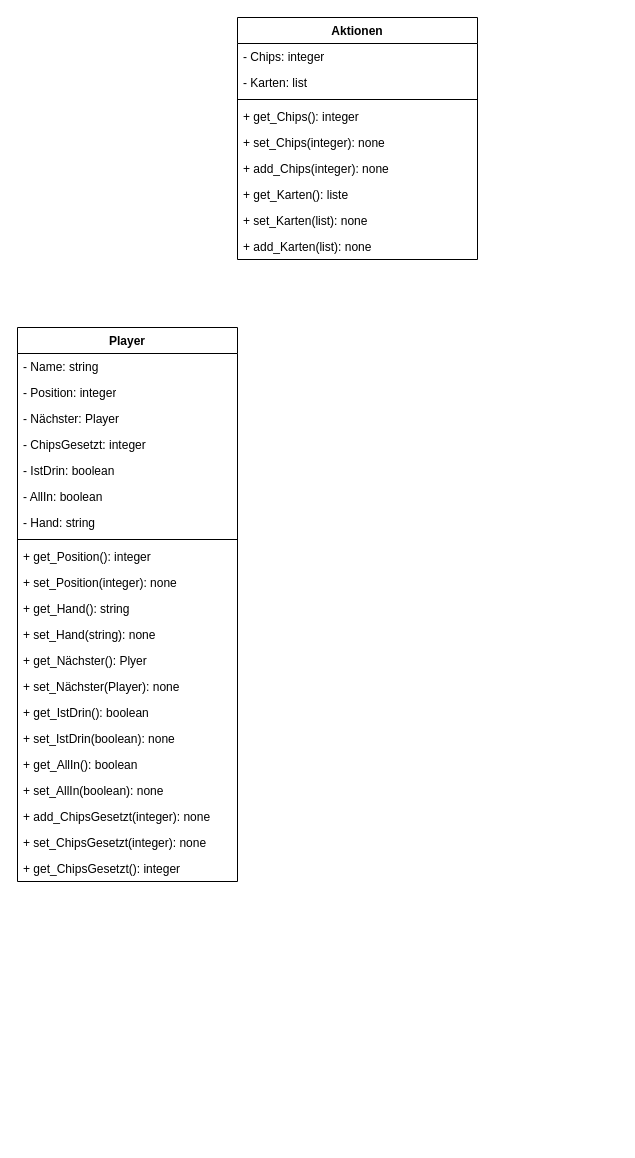
Earlier version of the draw.io diagram Klassendiagramm.drawio (GaLiGrue/GaLiGrue-Poker). Source tidied: cells renumbered, new cells numbered last; positions are measured from the earlier drawing's top-left corner, leaving out a move shared by most shapes. Both pictures are drawn from the tidied source at 100%, with x=0, y=0 at pixel (17, 17).
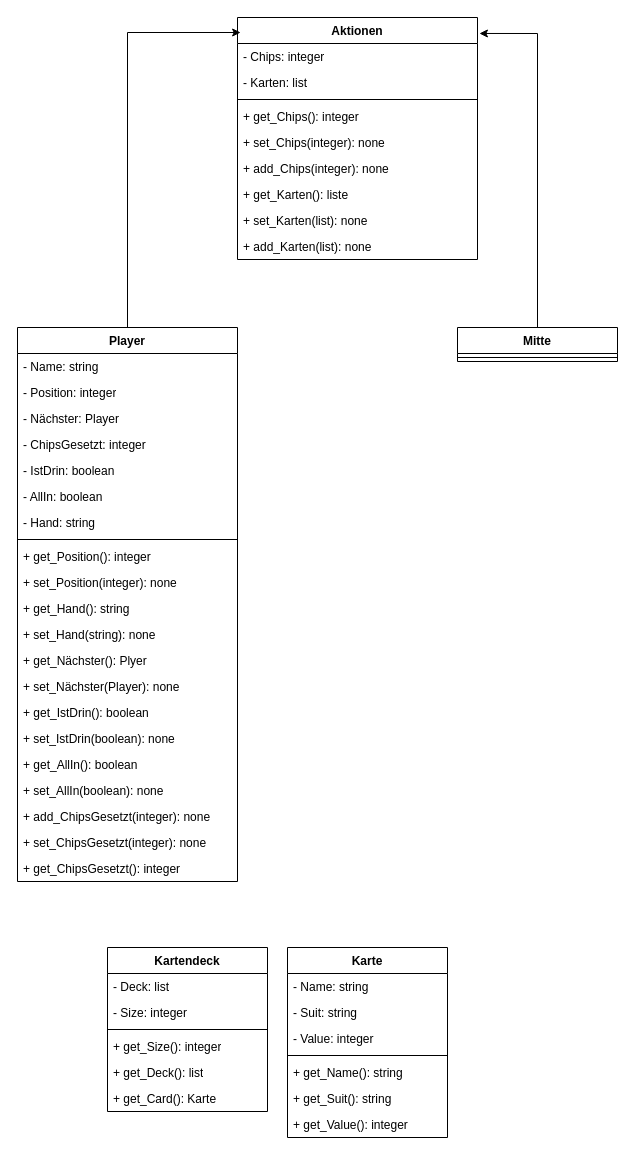
After the change.

Unchanged cells that the change refers to:
```xml
<mxCell id="2" value="Aktionen" style="swimlane;fontStyle=1;align=center;verticalAlign=top;horizontal=1;startSize=26;whiteSpace=wrap;html=1;" parent="1" vertex="1">
  <mxGeometry x="220" width="240" height="242" as="geometry" />
</mxCell>
<mxCell id="12" value="Player" style="swimlane;fontStyle=1;align=center;verticalAlign=top;horizontal=1;startSize=26;whiteSpace=wrap;html=1;" parent="1" vertex="1">
  <mxGeometry y="310" width="220" height="554" as="geometry" />
</mxCell>
```

The edit, as a diff of the source:
```diff
@@
+    <mxCell id="34" value="Mitte" style="swimlane;fontStyle=1;align=center;verticalAlign=top;horizontal=1;startSize=26;whiteSpace=wrap;html=1;" parent="1" vertex="1">
+      <mxGeometry x="440" y="310" width="160" height="34" as="geometry" />
+    </mxCell>
+    <mxCell id="35" style="line;strokeWidth=1;fillColor=none;align=left;verticalAlign=middle;spacingTop=-1;spacingLeft=3;spacingRight=3;labelPosition=right;strokeColor=inherit;" parent="34" vertex="1">
+      <mxGeometry y="26" width="160" height="8" as="geometry" />
+    </mxCell>
+    <mxCell id="36" value="Karte" style="swimlane;fontStyle=1;align=center;verticalAlign=top;horizontal=1;startSize=26;whiteSpace=wrap;html=1;" parent="1" vertex="1">
+      <mxGeometry x="270" y="930" width="160" height="190" as="geometry" />
+    </mxCell>
+    <mxCell id="37" value="- Name: string" style="text;strokeColor=none;fillColor=none;align=left;verticalAlign=top;spacingLeft=4;spacingRight=4;overflow=hidden;whiteSpace=wrap;html=1;" parent="36" vertex="1">
+      <mxGeometry y="26" width="160" height="26" as="geometry" />
+    </mxCell>
+    <mxCell id="38" value="- Suit: string" style="text;strokeColor=none;fillColor=none;align=left;verticalAlign=top;spacingLeft=4;spacingRight=4;overflow=hidden;whiteSpace=wrap;html=1;" parent="36" vertex="1">
+      <mxGeometry y="52" width="160" height="26" as="geometry" />
+    </mxCell>
+    <mxCell id="39" value="- Value: integer" style="text;strokeColor=none;fillColor=none;align=left;verticalAlign=top;spacingLeft=4;spacingRight=4;overflow=hidden;whiteSpace=wrap;html=1;" parent="36" vertex="1">
+      <mxGeometry y="78" width="160" height="26" as="geometry" />
+    </mxCell>
+    <mxCell id="40" style="line;strokeWidth=1;fillColor=none;align=left;verticalAlign=middle;spacingTop=-1;spacingLeft=3;spacingRight=3;labelPosition=right;strokeColor=inherit;" parent="36" vertex="1">
+      <mxGeometry y="104" width="160" height="8" as="geometry" />
+    </mxCell>
+    <mxCell id="41" value="+ get_Name(): string" style="text;strokeColor=none;fillColor=none;align=left;verticalAlign=top;spacingLeft=4;spacingRight=4;overflow=hidden;whiteSpace=wrap;html=1;" parent="36" vertex="1">
+      <mxGeometry y="112" width="160" height="26" as="geometry" />
+    </mxCell>
+    <mxCell id="42" value="+ get_Suit(): string" style="text;strokeColor=none;fillColor=none;align=left;verticalAlign=top;spacingLeft=4;spacingRight=4;overflow=hidden;whiteSpace=wrap;html=1;" parent="36" vertex="1">
+      <mxGeometry y="138" width="160" height="26" as="geometry" />
+    </mxCell>
+    <mxCell id="43" value="+ get_Value(): integer" style="text;strokeColor=none;fillColor=none;align=left;verticalAlign=top;spacingLeft=4;spacingRight=4;overflow=hidden;whiteSpace=wrap;html=1;" parent="36" vertex="1">
+      <mxGeometry y="164" width="160" height="26" as="geometry" />
+    </mxCell>
+    <mxCell id="44" value="Kartendeck" style="swimlane;fontStyle=1;align=center;verticalAlign=top;horizontal=1;startSize=26;whiteSpace=wrap;html=1;" parent="1" vertex="1">
+      <mxGeometry x="90" y="930" width="160" height="164" as="geometry" />
+    </mxCell>
+    <mxCell id="45" value="- Deck: list" style="text;strokeColor=none;fillColor=none;align=left;verticalAlign=top;spacingLeft=4;spacingRight=4;overflow=hidden;whiteSpace=wrap;html=1;" parent="44" vertex="1">
+      <mxGeometry y="26" width="160" height="26" as="geometry" />
+    </mxCell>
+    <mxCell id="46" value="- Size: integer" style="text;strokeColor=none;fillColor=none;align=left;verticalAlign=top;spacingLeft=4;spacingRight=4;overflow=hidden;whiteSpace=wrap;html=1;" parent="44" vertex="1">
+      <mxGeometry y="52" width="160" height="26" as="geometry" />
+    </mxCell>
+    <mxCell id="47" style="line;strokeWidth=1;fillColor=none;align=left;verticalAlign=middle;spacingTop=-1;spacingLeft=3;spacingRight=3;labelPosition=right;strokeColor=inherit;" parent="44" vertex="1">
+      <mxGeometry y="78" width="160" height="8" as="geometry" />
+    </mxCell>
+    <mxCell id="48" value="+ get_Size(): integer" style="text;strokeColor=none;fillColor=none;align=left;verticalAlign=top;spacingLeft=4;spacingRight=4;overflow=hidden;whiteSpace=wrap;html=1;" parent="44" vertex="1">
+      <mxGeometry y="86" width="160" height="26" as="geometry" />
+    </mxCell>
+    <mxCell id="49" value="+ get_Deck(): list" style="text;strokeColor=none;fillColor=none;align=left;verticalAlign=top;spacingLeft=4;spacingRight=4;overflow=hidden;whiteSpace=wrap;html=1;" parent="44" vertex="1">
+      <mxGeometry y="112" width="160" height="26" as="geometry" />
+    </mxCell>
+    <mxCell id="50" value="+ get_Card(): Karte" style="text;strokeColor=none;fillColor=none;align=left;verticalAlign=top;spacingLeft=4;spacingRight=4;overflow=hidden;whiteSpace=wrap;html=1;" parent="44" vertex="1">
+      <mxGeometry y="138" width="160" height="26" as="geometry" />
+    </mxCell>
+    <mxCell id="51" style="endArrow=classic;html=1;rounded=0;exitX=0.5;exitY=0;exitDx=0;exitDy=0;entryX=0.013;entryY=0.062;entryDx=0;entryDy=0;entryPerimeter=0;" parent="1" edge="1" source="12" target="2">
+      <mxGeometry relative="1" as="geometry">
+        <Array as="points">
+          <mxPoint x="110" y="15" />
+        </Array>
+      </mxGeometry>
+    </mxCell>
+    <mxCell id="52" style="endArrow=classic;html=1;rounded=0;exitX=0.5;exitY=0;exitDx=0;exitDy=0;entryX=1.008;entryY=0.066;entryDx=0;entryDy=0;entryPerimeter=0;" parent="1" edge="1" source="34" target="2">
+      <mxGeometry relative="1" as="geometry">
+        <Array as="points">
+          <mxPoint x="520" y="16" />
+        </Array>
+      </mxGeometry>
+    </mxCell>
```
